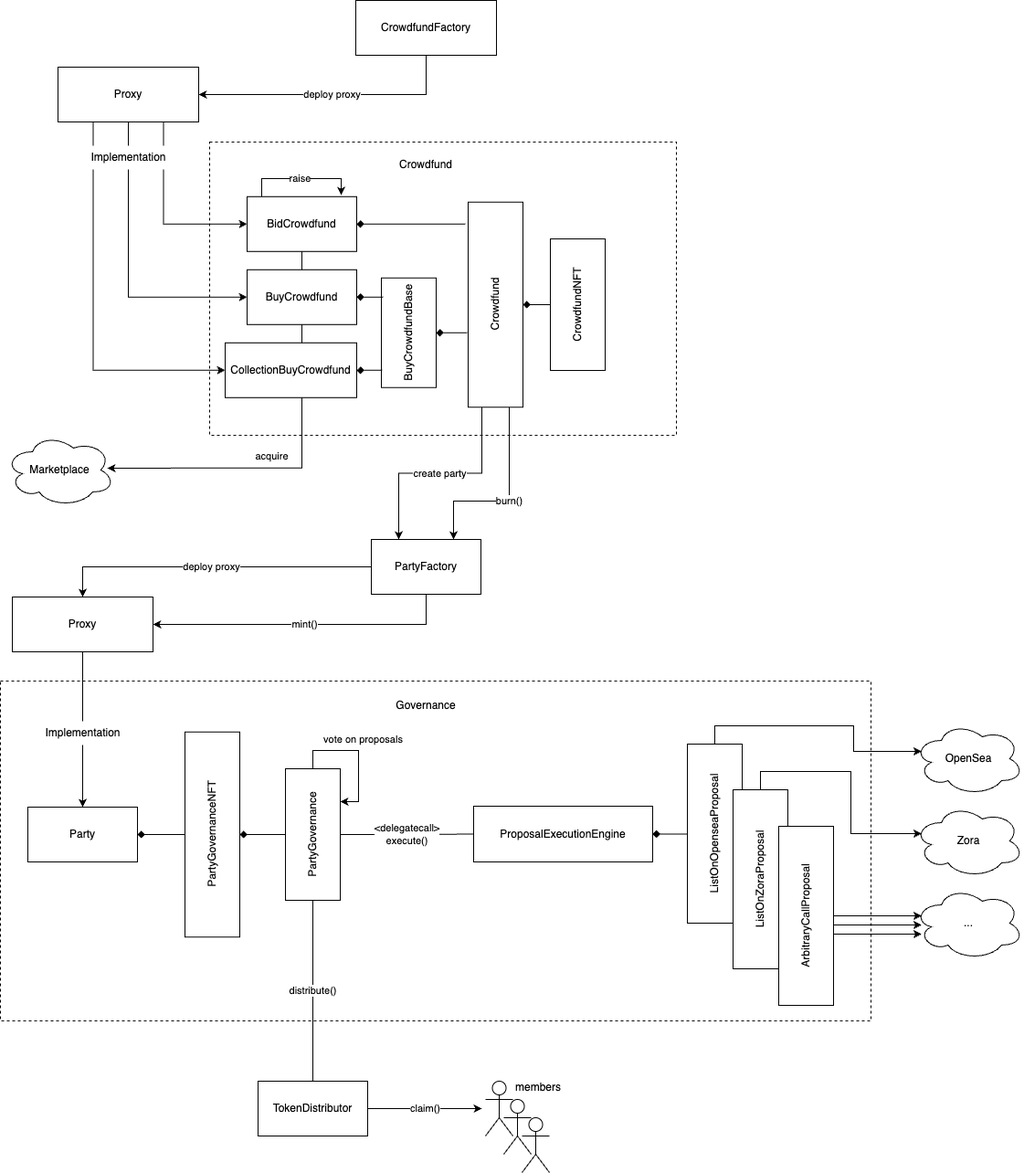
Above: docs/contract-lifecycle.png in PartyDAO/party-protocol (draw.io), before the change. Source tidied: cells renumbered, new cells last; positions are measured from the earlier drawing's top-left corner, leaving out a move shared by most shapes.
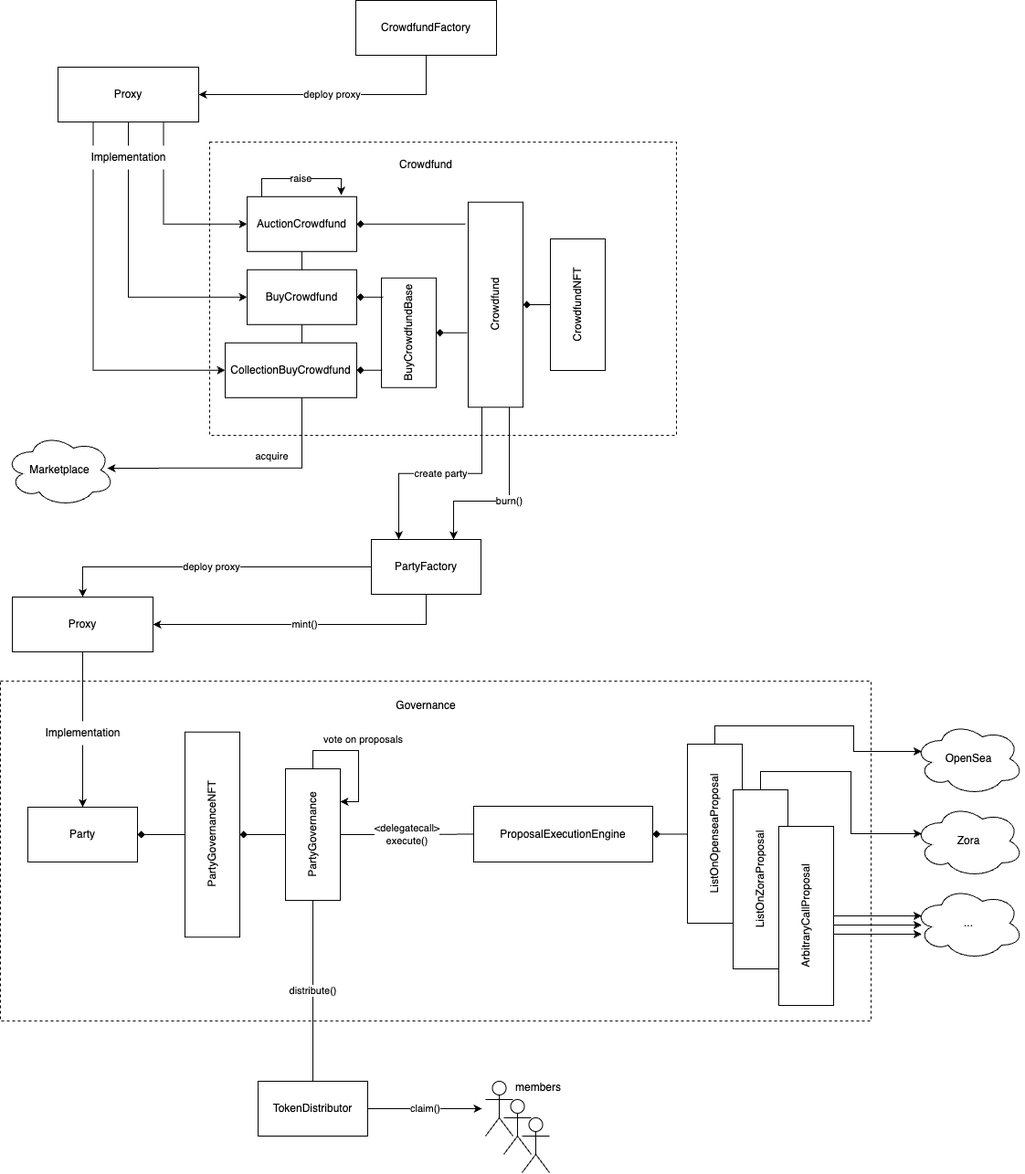
After the commit.

What changed in the source:
```diff
@@ -37,7 +37,7 @@
         </Array>
       </mxGeometry>
     </mxCell>
-    <mxCell id="10" value="BidCrowdfund" style="rounded=0;whiteSpace=wrap;html=1;" parent="6" vertex="1">
+    <mxCell id="10" value="AuctionCrowdfund" style="rounded=0;whiteSpace=wrap;html=1;" parent="6" vertex="1">
       <mxGeometry width="120" height="60" as="geometry" />
     </mxCell>
     <mxCell id="11" value="BuyCrowdfund" style="rounded=0;whiteSpace=wrap;html=1;" parent="6" vertex="1">
```
